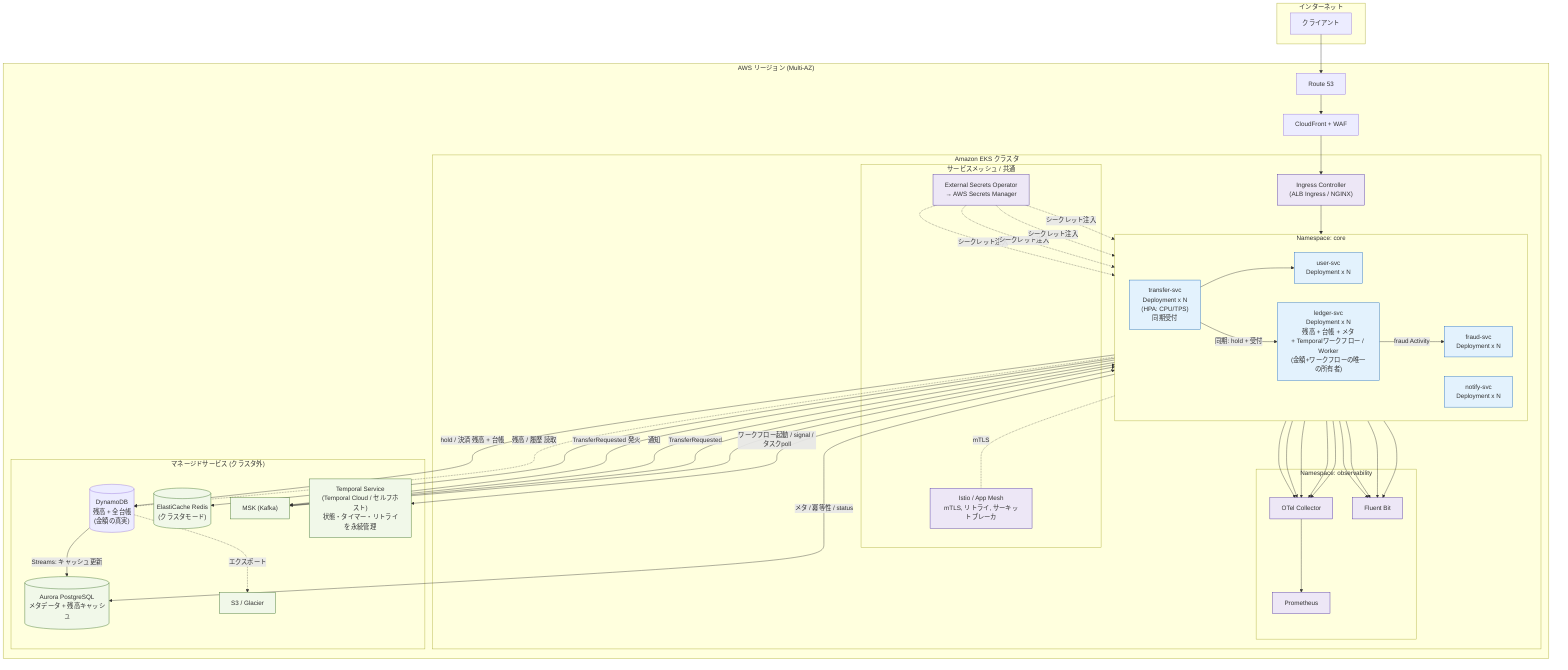
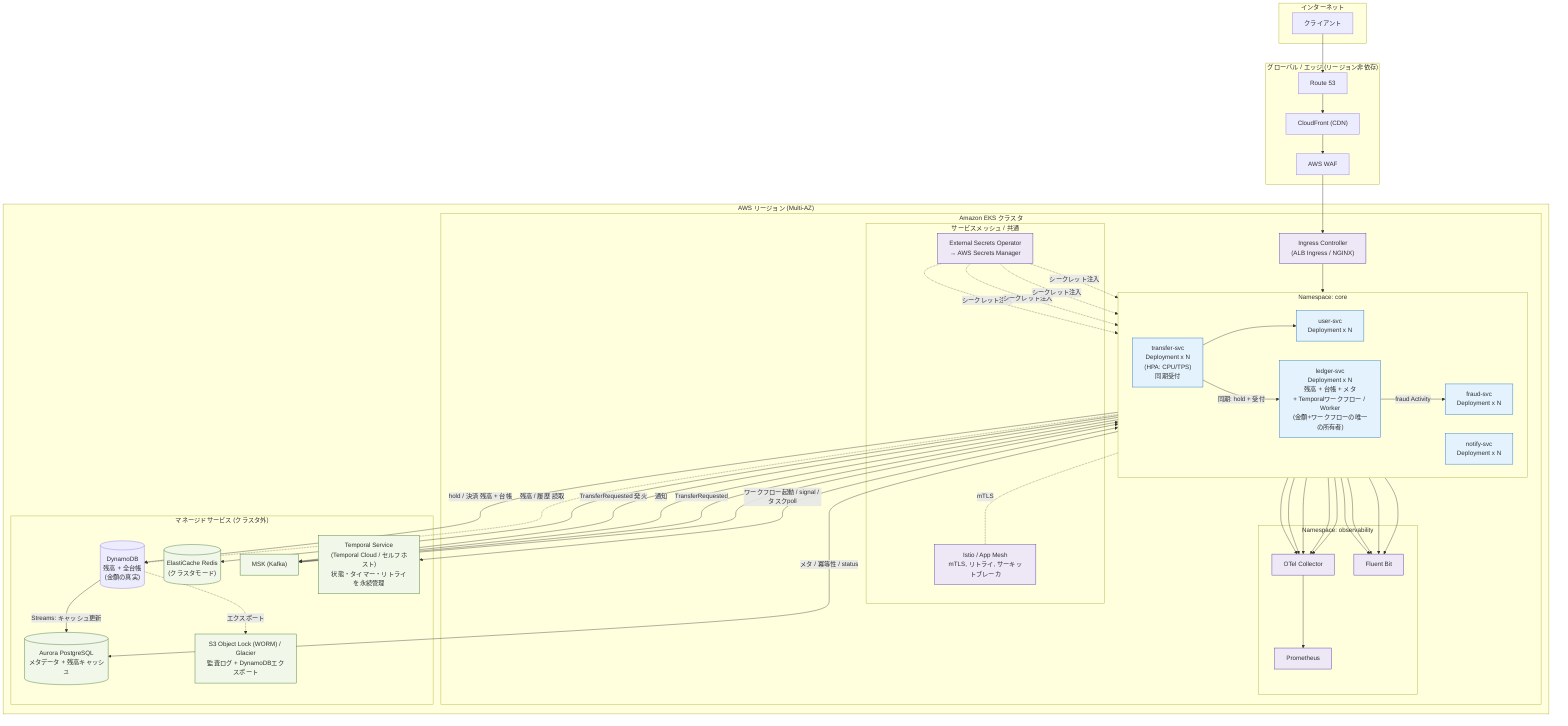
graph TB
    subgraph Internet["インターネット"]
        U["クライアント"]
    end

+     subgraph Edge["グローバル / エッジ (リージョン非依存)"]
+         R53["Route 53"]
+         CF["CloudFront (CDN)"]
+         WAF["AWS WAF"]
+     end
+ 
    subgraph AWS["AWS リージョン (Multi-AZ)"]
-         R53["Route 53"]
-         WAFCF["CloudFront + WAF"]
- 
        subgraph EKS["Amazon EKS クラスタ"]
            ING["Ingress Controller<br/>(ALB Ingress / NGINX)"]

            subgraph NSCore["Namespace: core"]
                direction LR
                TPOD["transfer-svc<br/>Deployment x N<br/>(HPA: CPU/TPS)<br/>同期受付"]
                LPOD["ledger-svc<br/>Deployment x N<br/>残高 + 台帳 + メタ<br/>+ Temporalワークフロー / Worker<br/>(金額+ワークフローの唯一の所有者)"]
                FPOD["fraud-svc<br/>Deployment x N"]
                UPOD["user-svc<br/>Deployment x N"]
                NPOD["notify-svc<br/>Deployment x N"]
            end

            subgraph NSMesh["サービスメッシュ / 共通"]
                MESH["Istio / App Mesh<br/>mTLS, リトライ, サーキットブレーカ"]
                ESO["External Secrets Operator<br/>→ AWS Secrets Manager"]
            end

            subgraph NSObs["Namespace: observability"]
                PROM["Prometheus"]
                OTEL["OTel Collector"]
                FLUENT["Fluent Bit"]
            end
        end

        subgraph Managed["マネージドサービス (クラスタ外)"]
            DDB[("DynamoDB<br/>残高 + 全台帳<br/>(金額の真実)")]
            AURORA[("Aurora PostgreSQL<br/>メタデータ + 残高キャッシュ")]
            REDIS[("ElastiCache Redis<br/>(クラスタモード)")]
            MSK["MSK (Kafka)"]
            TEMPORAL["Temporal Service<br/>(Temporal Cloud / セルフホスト)<br/>状態・タイマー・リトライを永続管理"]
-             S3B["S3 / Glacier"]
+             S3B["S3 Object Lock (WORM) / Glacier<br/>監査ログ + DynamoDBエクスポート"]
        end
    end

-     U --> R53 --> WAFCF --> ING
+     U --> R53 --> CF --> WAF --> ING
    ING --> TPOD
    TPOD -.mTLS.- MESH
    TPOD --> UPOD
    TPOD --> REDIS
    TPOD -->|同期: hold + 受付| LPOD
    TPOD -->|TransferRequested 発火| MSK
    LPOD -->|hold / 決済 残高 + 台帳| DDB
    LPOD -->|メタ / 冪等性 / status| AURORA
    MSK -->|TransferRequested| LPOD
    LPOD <-->|ワークフロー起動 / signal / タスクpoll| TEMPORAL
    LPOD -->|fraud Activity| FPOD
    LPOD -->|通知| MSK
    MSK --> NPOD
    LPOD -.残高 / 履歴 読取.-> DDB
    DDB -->|Streams: キャッシュ更新| AURORA
    ESO -.シークレット注入.-> TPOD & LPOD & FPOD & UPOD
    TPOD & LPOD & FPOD & UPOD & NPOD --> OTEL
    OTEL --> PROM
    TPOD & LPOD & FPOD & UPOD --> FLUENT
    DDB -.エクスポート.-> S3B

    classDef pod fill:#e3f2fd,stroke:#1565c0,stroke-width:1px;
    classDef infra fill:#ede7f6,stroke:#4527a0,stroke-width:1px;
    classDef data fill:#f1f8e9,stroke:#33691e,stroke-width:1px;
    class TPOD,LPOD,FPOD,UPOD,NPOD pod;
    class MESH,ESO,PROM,OTEL,FLUENT,ING infra;
    class AURORA,REDIS,MSK,TEMPORAL,S3B data;
